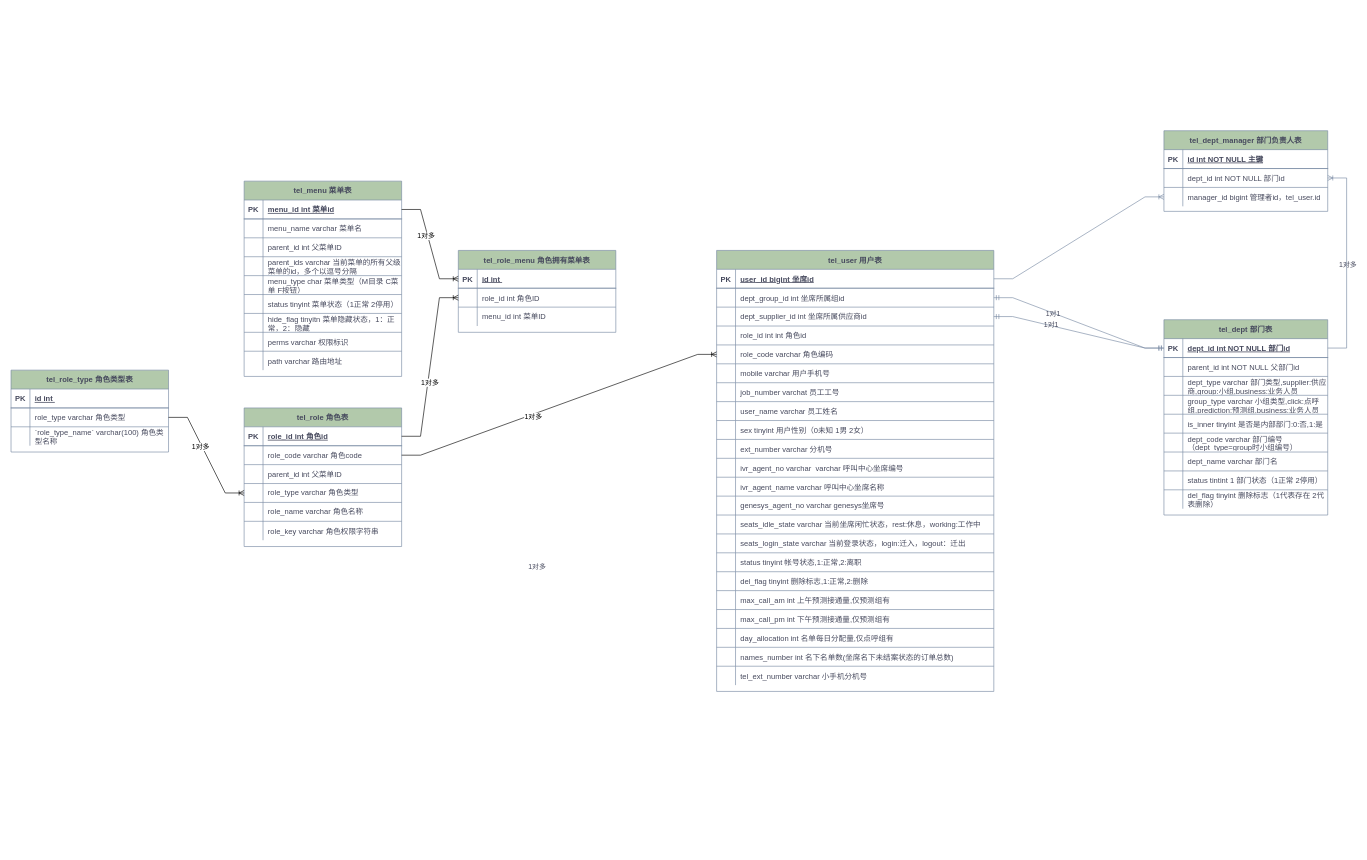
Before: 电销系统ER图.drawio in yuanlj-tea/picgo, a draw.io diagram. Source tidied: cells renumbered, new cells numbered last; positions are measured from the earlier drawing's top-left corner, leaving out a move shared by most shapes. Both pictures are drawn from the tidied source at 63%, with x=0, y=0 at pixel (11, 130).
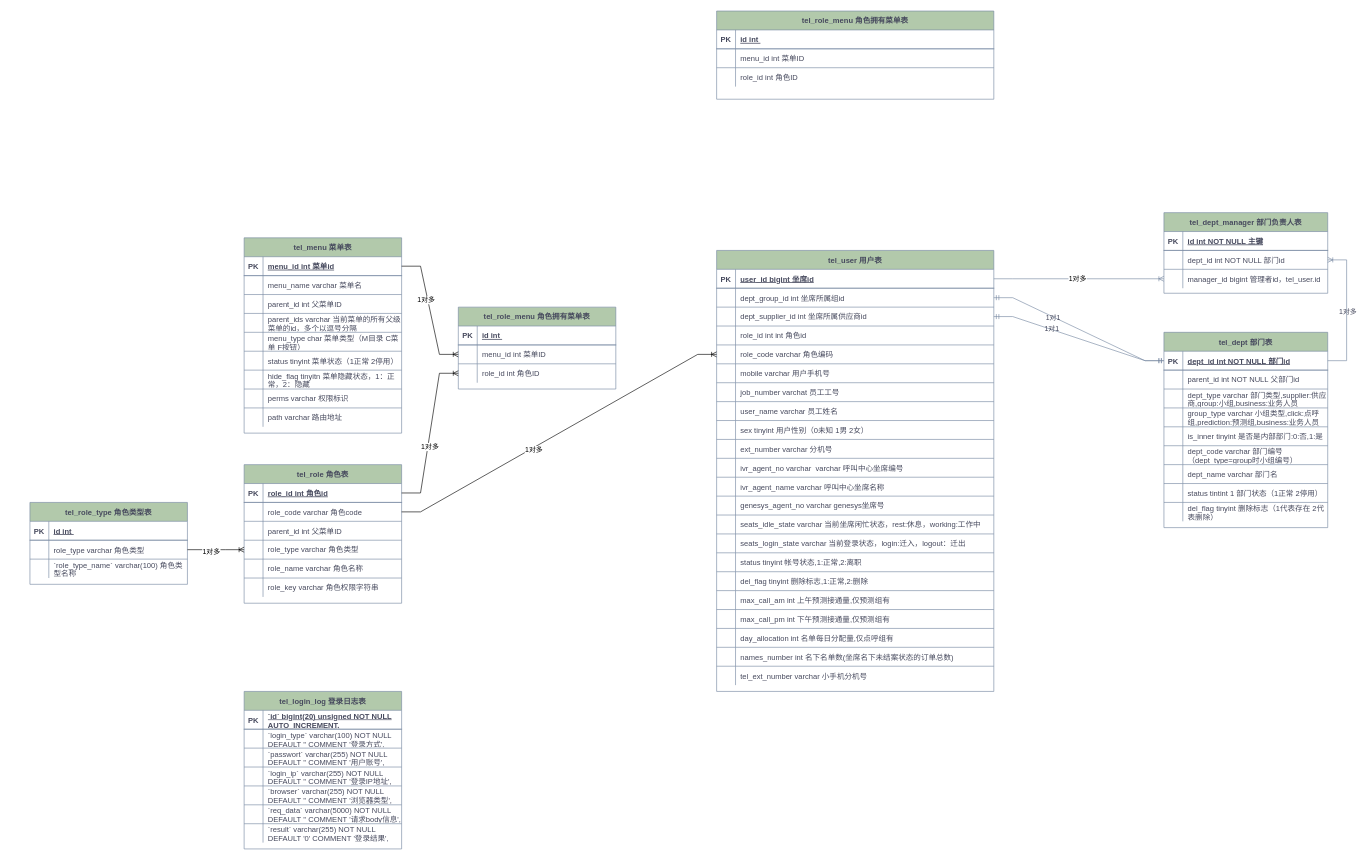
The same page after the edit.

Commit message (it also covers changes not shown here):
更新电销系统ER图.drawio

The change refers to these unchanged cells:
```xml
<mxCell id="3" style="shape=partialRectangle;fillColor=none;points=[[0,0.5],[1,0.5]];portConstraint=eastwest;top=0;left=0;right=0;bottom=1;labelBackgroundColor=none;strokeColor=#788AA3;fontColor=#46495D;" parent="2" vertex="1">
  <mxGeometry y="30" width="260" height="30" as="geometry" />
</mxCell>
<mxCell id="34" style="shape=partialRectangle;fillColor=none;points=[[0,0.5],[1,0.5]];portConstraint=eastwest;top=0;left=0;right=0;bottom=0;labelBackgroundColor=none;strokeColor=#788AA3;fontColor=#46495D;" parent="30" vertex="1">
  <mxGeometry y="60" width="260" height="30" as="geometry" />
</mxCell>
<mxCell id="111" style="edgeStyle=entityRelationEdgeStyle;fontSize=12;html=1;endArrow=ERoneToMany;rounded=0;exitX=1;exitY=0.5;exitDx=0;exitDy=0;entryX=0;entryY=0.5;entryDx=0;entryDy=0;labelBackgroundColor=none;strokeColor=#788AA3;fontColor=default;" parent="1" edge="1" source="41" target="37">
  <mxGeometry relative="1" as="geometry">
    <Array as="points">
      <mxPoint x="1140" y="340" />
      <mxPoint x="1300" y="430" />
      <mxPoint x="1130" y="380" />
      <mxPoint x="1560" y="530" />
      <mxPoint x="1270" y="450" />
      <mxPoint x="1140" y="430" />
      <mxPoint x="1350" y="380" />
    </Array>
  </mxGeometry>
</mxCell>
<mxCell id="114" style="shape=partialRectangle;fillColor=none;points=[[0,0.5],[1,0.5]];portConstraint=eastwest;top=0;left=0;right=0;bottom=1;labelBackgroundColor=none;strokeColor=#788AA3;fontColor=#46495D;" parent="113" vertex="1">
  <mxGeometry y="30" width="250" height="30" as="geometry" />
</mxCell>
<mxCell id="144" style="shape=partialRectangle;fillColor=none;points=[[0,0.5],[1,0.5]];portConstraint=eastwest;top=0;left=0;right=0;bottom=1;labelBackgroundColor=none;strokeColor=#788AA3;fontColor=#46495D;" parent="143" vertex="1">
  <mxGeometry y="30" width="250" height="30" as="geometry" />
</mxCell>
<mxCell id="173" style="shape=partialRectangle;fillColor=none;points=[[0,0.5],[1,0.5]];portConstraint=eastwest;top=0;left=0;right=0;bottom=1;labelBackgroundColor=none;strokeColor=#788AA3;fontColor=#46495D;" parent="172" vertex="1">
  <mxGeometry y="30" width="250" height="30" as="geometry" />
</mxCell>
<mxCell id="176" style="shape=partialRectangle;fillColor=none;points=[[0,0.5],[1,0.5]];portConstraint=eastwest;top=0;left=0;right=0;bottom=0;labelBackgroundColor=none;strokeColor=#788AA3;fontColor=#46495D;" parent="172" vertex="1">
  <mxGeometry y="60" width="250" height="30" as="geometry" />
</mxCell>
<mxCell id="179" style="shape=partialRectangle;fillColor=none;points=[[0,0.5],[1,0.5]];portConstraint=eastwest;top=0;left=0;right=0;bottom=0;labelBackgroundColor=none;strokeColor=#788AA3;fontColor=#46495D;" parent="172" vertex="1">
  <mxGeometry y="90" width="250" height="30" as="geometry" />
</mxCell>
```

The edit, as a diff of the source:
```diff
@@
     <mxCell id="2" value="tel_dept 部门表" style="shape=table;startSize=30;childLayout=tableLayout;rowLines=1;fontStyle=1;align=center;labelBackgroundColor=none;fillColor=#B2C9AB;strokeColor=#788AA3;fontColor=#46495D;" parent="1" vertex="1">
-      <mxGeometry x="1830" y="300" width="260" height="310" as="geometry" />
+      <mxGeometry x="1830" y="320" width="260" height="310" as="geometry" />
     </mxCell>
@@
     <mxCell id="30" value="tel_dept_manager 部门负责人表" style="shape=table;startSize=30;childLayout=tableLayout;rowLines=1;fontStyle=1;align=center;labelBackgroundColor=none;fillColor=#B2C9AB;strokeColor=#788AA3;fontColor=#46495D;" parent="1" vertex="1">
-      <mxGeometry x="1830" width="260" height="128" as="geometry" />
+      <mxGeometry x="1830" y="130" width="260" height="128" as="geometry" />
     </mxCell>
@@
-    <mxCell id="112" value="1对多" style="edgeLabel;html=1;align=center;verticalAlign=middle;labelBackgroundColor=none;fontColor=#46495D;" parent="111" vertex="1">
-      <mxGeometry x="-0.01" y="-1" relative="1" as="geometry">
-        <mxPoint x="-860" y="520" as="offset" />
-      </mxGeometry>
+    <mxCell id="112" value="1对多" style="edgeLabel;html=1;align=center;verticalAlign=middle;" parent="111" vertex="1">
+      <mxGeometry x="-0.02" y="1" relative="1" as="geometry" />
     </mxCell>
     <mxCell id="113" value="tel_menu 菜单表" style="shape=table;startSize=30;childLayout=tableLayout;rowLines=1;fontStyle=1;align=center;labelBackgroundColor=none;fillColor=#B2C9AB;strokeColor=#788AA3;fontColor=#46495D;" parent="1" vertex="1">
-      <mxGeometry x="370" y="80" width="250" height="310" as="geometry" />
+      <mxGeometry x="370" y="170" width="250" height="310" as="geometry" />
     </mxCell>
@@
     <mxCell id="141" style="edgeStyle=entityRelationEdgeStyle;fontSize=12;html=1;endArrow=ERoneToMany;rounded=0;exitX=1;exitY=0.5;exitDx=0;exitDy=0;entryX=1;entryY=0.5;entryDx=0;entryDy=0;labelBackgroundColor=none;strokeColor=#788AA3;fontColor=default;" parent="1" edge="1" source="3" target="34">
       <mxGeometry relative="1" as="geometry">
         <Array as="points">
-          <mxPoint x="2130" y="220" />
-          <mxPoint x="2130" y="220" />
-          <mxPoint x="2140" y="220" />
-          <mxPoint x="2130" y="210" />
-          <mxPoint x="2130" y="210" />
-          <mxPoint x="2130" y="210" />
-          <mxPoint x="2140" y="240" />
-          <mxPoint x="2101" y="220" />
-          <mxPoint x="2140" y="210" />
-          <mxPoint x="1480" y="555" />
-          <mxPoint x="2150" y="220" />
-          <mxPoint x="2130" y="220" />
-          <mxPoint x="1640" y="645" />
-          <mxPoint x="1470" y="595" />
-          <mxPoint x="1900" y="745" />
-          <mxPoint x="1610" y="665" />
-          <mxPoint x="1480" y="645" />
-          <mxPoint x="1690" y="595" />
+          <mxPoint x="2130" y="350" />
+          <mxPoint x="2130" y="350" />
+          <mxPoint x="2140" y="350" />
+          <mxPoint x="2130" y="340" />
+          <mxPoint x="2130" y="340" />
+          <mxPoint x="2130" y="340" />
+          <mxPoint x="2140" y="370" />
+          <mxPoint x="2101" y="350" />
+          <mxPoint x="2140" y="340" />
+          <mxPoint x="1480" y="685" />
+          <mxPoint x="2150" y="350" />
+          <mxPoint x="2130" y="350" />
+          <mxPoint x="1640" y="775" />
+          <mxPoint x="1470" y="725" />
+          <mxPoint x="1900" y="875" />
+          <mxPoint x="1610" y="795" />
+          <mxPoint x="1480" y="775" />
+          <mxPoint x="1690" y="725" />
         </Array>
       </mxGeometry>
     </mxCell>
@@
     <mxCell id="143" value="tel_role 角色表" style="shape=table;startSize=30;childLayout=tableLayout;rowLines=1;fontStyle=1;align=center;labelBackgroundColor=none;fillColor=#B2C9AB;strokeColor=#788AA3;fontColor=#46495D;" parent="1" vertex="1">
-      <mxGeometry x="370" y="440" width="250" height="220" as="geometry" />
+      <mxGeometry x="370" y="530" width="250" height="220" as="geometry" />
     </mxCell>
@@
     <mxCell id="162" value="tel_role_type 角色类型表" style="shape=table;startSize=30;childLayout=tableLayout;rowLines=1;fontStyle=1;align=center;labelBackgroundColor=none;fillColor=#B2C9AB;strokeColor=#788AA3;fontColor=#46495D;" parent="1" vertex="1">
-      <mxGeometry y="380" width="250" height="130" as="geometry" />
+      <mxGeometry x="30" y="590" width="250" height="130" as="geometry" />
     </mxCell>
@@
     <mxCell id="172" value="tel_role_menu 角色拥有菜单表" style="shape=table;startSize=30;childLayout=tableLayout;rowLines=1;fontStyle=1;align=center;labelBackgroundColor=none;fillColor=#B2C9AB;strokeColor=#788AA3;fontColor=#46495D;" parent="1" vertex="1">
-      <mxGeometry x="710" y="190" width="250" height="130" as="geometry" />
+      <mxGeometry x="710" y="280" width="250" height="130" as="geometry" />
     </mxCell>
@@
-    <mxCell id="178" value="role_id int 角色ID" style="shape=partialRectangle;overflow=hidden;fillColor=none;top=0;left=0;bottom=0;right=0;align=left;spacingLeft=6;labelBackgroundColor=none;strokeColor=#788AA3;fontColor=#46495D;" parent="176" vertex="1">
+    <mxCell id="178" value="menu_id int 菜单ID" style="shape=partialRectangle;overflow=hidden;fillColor=none;top=0;left=0;bottom=0;right=0;align=left;spacingLeft=6;labelBackgroundColor=none;strokeColor=#788AA3;fontColor=#46495D;" parent="176" vertex="1">
       <mxGeometry x="30" width="220" height="30" as="geometry" />
     </mxCell>
@@
-    <mxCell id="181" value="menu_id int 菜单ID" style="shape=partialRectangle;overflow=hidden;fillColor=none;top=0;left=0;bottom=0;right=0;align=left;spacingLeft=6;labelBackgroundColor=none;strokeColor=#788AA3;fontColor=#46495D;" parent="179" vertex="1">
+    <mxCell id="181" value="role_id int 角色ID" style="shape=partialRectangle;overflow=hidden;fillColor=none;top=0;left=0;bottom=0;right=0;align=left;spacingLeft=6;labelBackgroundColor=none;strokeColor=#788AA3;fontColor=#46495D;" parent="179" vertex="1">
       <mxGeometry x="30" width="220" height="30" as="geometry" />
     </mxCell>
@@
-    <mxCell id="184" style="edgeStyle=entityRelationEdgeStyle;fontSize=12;html=1;endArrow=ERoneToMany;rounded=0;entryX=0;entryY=0.5;entryDx=0;entryDy=0;exitX=1;exitY=0.5;exitDx=0;exitDy=0;" parent="1" edge="1" source="144" target="176">
+    <mxCell id="184" style="edgeStyle=entityRelationEdgeStyle;fontSize=12;html=1;endArrow=ERoneToMany;rounded=0;entryX=0;entryY=0.5;entryDx=0;entryDy=0;exitX=1;exitY=0.5;exitDx=0;exitDy=0;" parent="1" edge="1" source="144" target="179">
       <mxGeometry relative="1" as="geometry" />
     </mxCell>
@@
-    <mxCell id="186" style="edgeStyle=entityRelationEdgeStyle;fontSize=12;html=1;endArrow=ERoneToMany;rounded=0;entryX=0;entryY=0.5;entryDx=0;entryDy=0;exitX=1;exitY=0.5;exitDx=0;exitDy=0;" parent="1" edge="1" source="114" target="173">
+    <mxCell id="186" style="edgeStyle=entityRelationEdgeStyle;fontSize=12;html=1;endArrow=ERoneToMany;rounded=0;entryX=0;entryY=0.5;entryDx=0;entryDy=0;exitX=1;exitY=0.5;exitDx=0;exitDy=0;" parent="1" edge="1" source="114" target="176">
       <mxGeometry relative="1" as="geometry" />
     </mxCell>
@@
+    <mxCell id="190" value="tel_role_menu 角色拥有菜单表" style="shape=table;startSize=30;childLayout=tableLayout;rowLines=1;fontStyle=1;align=center;labelBackgroundColor=none;fillColor=#B2C9AB;strokeColor=#788AA3;fontColor=#46495D;" parent="1" vertex="1">
+      <mxGeometry x="1120" y="-190" width="440" height="140" as="geometry" />
+    </mxCell>
+    <mxCell id="191" style="shape=partialRectangle;fillColor=none;top=0;left=0;right=0;bottom=1;labelBackgroundColor=none;strokeColor=#788AA3;fontColor=#46495D;" parent="190" vertex="1">
+      <mxGeometry y="30" width="440" height="30" as="geometry" />
+    </mxCell>
+    <mxCell id="192" value="PK" style="shape=partialRectangle;overflow=hidden;fillColor=none;top=0;left=0;bottom=0;right=0;fontStyle=1;labelBackgroundColor=none;strokeColor=#788AA3;fontColor=#46495D;" parent="191" vertex="1">
+      <mxGeometry width="30" height="30" as="geometry" />
+    </mxCell>
+    <mxCell id="193" value="id int " style="shape=partialRectangle;overflow=hidden;fillColor=none;top=0;left=0;bottom=0;right=0;align=left;spacingLeft=6;fontStyle=5;labelBackgroundColor=none;strokeColor=#788AA3;fontColor=#46495D;" parent="191" vertex="1">
+      <mxGeometry x="30" width="410" height="30" as="geometry" />
+    </mxCell>
+    <mxCell id="194" style="shape=partialRectangle;fillColor=none;top=0;left=0;right=0;bottom=0;labelBackgroundColor=none;strokeColor=#788AA3;fontColor=#46495D;" parent="190" vertex="1">
+      <mxGeometry y="60" width="440" height="30" as="geometry" />
+    </mxCell>
+    <mxCell id="195" style="shape=partialRectangle;overflow=hidden;fillColor=none;top=0;left=0;bottom=0;right=0;labelBackgroundColor=none;strokeColor=#788AA3;fontColor=#46495D;" parent="194" vertex="1">
+      <mxGeometry width="30" height="30" as="geometry" />
+    </mxCell>
+    <mxCell id="196" value="menu_id int 菜单ID" style="shape=partialRectangle;overflow=hidden;fillColor=none;top=0;left=0;bottom=0;right=0;align=left;spacingLeft=6;labelBackgroundColor=none;strokeColor=#788AA3;fontColor=#46495D;" parent="194" vertex="1">
+      <mxGeometry x="30" width="410" height="30" as="geometry" />
+    </mxCell>
+    <mxCell id="197" style="shape=partialRectangle;fillColor=none;top=0;left=0;right=0;bottom=0;labelBackgroundColor=none;strokeColor=#788AA3;fontColor=#46495D;" parent="190" vertex="1">
+      <mxGeometry y="90" width="440" height="30" as="geometry" />
+    </mxCell>
+    <mxCell id="198" style="shape=partialRectangle;overflow=hidden;fillColor=none;top=0;left=0;bottom=0;right=0;labelBackgroundColor=none;strokeColor=#788AA3;fontColor=#46495D;" parent="197" vertex="1">
+      <mxGeometry width="30" height="30" as="geometry" />
+    </mxCell>
+    <mxCell id="199" value="role_id int 角色ID" style="shape=partialRectangle;overflow=hidden;fillColor=none;top=0;left=0;bottom=0;right=0;align=left;spacingLeft=6;labelBackgroundColor=none;strokeColor=#788AA3;fontColor=#46495D;" parent="197" vertex="1">
+      <mxGeometry x="30" width="410" height="30" as="geometry" />
+    </mxCell>
+    <mxCell id="200" value="tel_login_log 登录日志表" style="shape=table;startSize=30;childLayout=tableLayout;rowLines=1;fontStyle=1;align=center;labelBackgroundColor=none;fillColor=#B2C9AB;strokeColor=#788AA3;fontColor=#46495D;" parent="1" vertex="1">
+      <mxGeometry x="370" y="890" width="250" height="250" as="geometry" />
+    </mxCell>
+    <mxCell id="201" style="shape=partialRectangle;fillColor=none;top=0;left=0;right=0;bottom=1;labelBackgroundColor=none;strokeColor=#788AA3;fontColor=#46495D;" parent="200" vertex="1">
+      <mxGeometry y="30" width="250" height="30" as="geometry" />
+    </mxCell>
+    <mxCell id="202" value="PK" style="shape=partialRectangle;overflow=hidden;fillColor=none;top=0;left=0;bottom=0;right=0;fontStyle=1;labelBackgroundColor=none;strokeColor=#788AA3;fontColor=#46495D;" parent="201" vertex="1">
+      <mxGeometry width="30" height="30" as="geometry" />
+    </mxCell>
+    <mxCell id="203" value="`id` bigint(20) unsigned NOT NULL AUTO_INCREMENT," style="shape=partialRectangle;overflow=hidden;fillColor=none;top=0;left=0;bottom=0;right=0;align=left;spacingLeft=6;fontStyle=5;labelBackgroundColor=none;strokeColor=#788AA3;fontColor=#46495D;whiteSpace=wrap;" parent="201" vertex="1">
+      <mxGeometry x="30" width="220" height="30" as="geometry" />
+    </mxCell>
+    <mxCell id="204" style="shape=partialRectangle;fillColor=none;top=0;left=0;right=0;bottom=0;labelBackgroundColor=none;strokeColor=#788AA3;fontColor=#46495D;" parent="200" vertex="1">
+      <mxGeometry y="60" width="250" height="30" as="geometry" />
+    </mxCell>
+    <mxCell id="205" style="shape=partialRectangle;overflow=hidden;fillColor=none;top=0;left=0;bottom=0;right=0;labelBackgroundColor=none;strokeColor=#788AA3;fontColor=#46495D;" parent="204" vertex="1">
+      <mxGeometry width="30" height="30" as="geometry" />
+    </mxCell>
+    <mxCell id="206" value="`login_type` varchar(100) NOT NULL DEFAULT '' COMMENT '登录方式'," style="shape=partialRectangle;overflow=hidden;fillColor=none;top=0;left=0;bottom=0;right=0;align=left;spacingLeft=6;labelBackgroundColor=none;strokeColor=#788AA3;fontColor=#46495D;whiteSpace=wrap;" parent="204" vertex="1">
+      <mxGeometry x="30" width="220" height="30" as="geometry" />
+    </mxCell>
+    <mxCell id="207" style="shape=partialRectangle;fillColor=none;top=0;left=0;right=0;bottom=0;labelBackgroundColor=none;strokeColor=#788AA3;fontColor=#46495D;" parent="200" vertex="1">
+      <mxGeometry y="90" width="250" height="30" as="geometry" />
+    </mxCell>
+    <mxCell id="208" style="shape=partialRectangle;overflow=hidden;fillColor=none;top=0;left=0;bottom=0;right=0;labelBackgroundColor=none;strokeColor=#788AA3;fontColor=#46495D;" parent="207" vertex="1">
+      <mxGeometry width="30" height="30" as="geometry" />
+    </mxCell>
+    <mxCell id="209" value="`passwort` varchar(255) NOT NULL DEFAULT '' COMMENT '用户账号'," style="shape=partialRectangle;overflow=hidden;fillColor=none;top=0;left=0;bottom=0;right=0;align=left;spacingLeft=6;labelBackgroundColor=none;strokeColor=#788AA3;fontColor=#46495D;whiteSpace=wrap;" parent="207" vertex="1">
+      <mxGeometry x="30" width="220" height="30" as="geometry" />
+    </mxCell>
+    <mxCell id="210" style="shape=partialRectangle;fillColor=none;top=0;left=0;right=0;bottom=0;labelBackgroundColor=none;strokeColor=#788AA3;fontColor=#46495D;" parent="200" vertex="1">
+      <mxGeometry y="120" width="250" height="30" as="geometry" />
+    </mxCell>
+    <mxCell id="211" style="shape=partialRectangle;overflow=hidden;fillColor=none;top=0;left=0;bottom=0;right=0;labelBackgroundColor=none;strokeColor=#788AA3;fontColor=#46495D;" parent="210" vertex="1">
+      <mxGeometry width="30" height="30" as="geometry" />
+    </mxCell>
+    <mxCell id="212" value="`login_ip` varchar(255) NOT NULL DEFAULT '' COMMENT '登录IP地址'," style="shape=partialRectangle;overflow=hidden;fillColor=none;top=0;left=0;bottom=0;right=0;align=left;spacingLeft=6;labelBackgroundColor=none;strokeColor=#788AA3;fontColor=#46495D;whiteSpace=wrap;" parent="210" vertex="1">
+      <mxGeometry x="30" width="220" height="30" as="geometry" />
+    </mxCell>
+    <mxCell id="213" style="shape=partialRectangle;fillColor=none;top=0;left=0;right=0;bottom=0;labelBackgroundColor=none;strokeColor=#788AA3;fontColor=#46495D;" parent="200" vertex="1">
+      <mxGeometry y="150" width="250" height="30" as="geometry" />
+    </mxCell>
+    <mxCell id="214" style="shape=partialRectangle;overflow=hidden;fillColor=none;top=0;left=0;bottom=0;right=0;labelBackgroundColor=none;strokeColor=#788AA3;fontColor=#46495D;" parent="213" vertex="1">
+      <mxGeometry width="30" height="30" as="geometry" />
+    </mxCell>
+    <mxCell id="215" value="`browser` varchar(255) NOT NULL DEFAULT '' COMMENT '浏览器类型'," style="shape=partialRectangle;overflow=hidden;fillColor=none;top=0;left=0;bottom=0;right=0;align=left;spacingLeft=6;labelBackgroundColor=none;strokeColor=#788AA3;fontColor=#46495D;whiteSpace=wrap;" parent="213" vertex="1">
+      <mxGeometry x="30" width="220" height="30" as="geometry" />
+    </mxCell>
+    <mxCell id="216" style="shape=partialRectangle;fillColor=none;top=0;left=0;right=0;bottom=0;labelBackgroundColor=none;strokeColor=#788AA3;fontColor=#46495D;" parent="200" vertex="1">
+      <mxGeometry y="180" width="250" height="30" as="geometry" />
+    </mxCell>
+    <mxCell id="217" style="shape=partialRectangle;overflow=hidden;fillColor=none;top=0;left=0;bottom=0;right=0;labelBackgroundColor=none;strokeColor=#788AA3;fontColor=#46495D;" parent="216" vertex="1">
+      <mxGeometry width="30" height="30" as="geometry" />
+    </mxCell>
+    <mxCell id="218" value="`req_data` varchar(5000) NOT NULL DEFAULT '' COMMENT '请求body信息'," style="shape=partialRectangle;overflow=hidden;fillColor=none;top=0;left=0;bottom=0;right=0;align=left;spacingLeft=6;labelBackgroundColor=none;strokeColor=#788AA3;fontColor=#46495D;whiteSpace=wrap;" parent="216" vertex="1">
+      <mxGeometry x="30" width="220" height="30" as="geometry" />
+    </mxCell>
+    <mxCell id="219" style="shape=partialRectangle;fillColor=none;top=0;left=0;right=0;bottom=0;labelBackgroundColor=none;strokeColor=#788AA3;fontColor=#46495D;" parent="200" vertex="1">
+      <mxGeometry y="210" width="250" height="30" as="geometry" />
+    </mxCell>
+    <mxCell id="220" style="shape=partialRectangle;overflow=hidden;fillColor=none;top=0;left=0;bottom=0;right=0;labelBackgroundColor=none;strokeColor=#788AA3;fontColor=#46495D;" parent="219" vertex="1">
+      <mxGeometry width="30" height="30" as="geometry" />
+    </mxCell>
+    <mxCell id="221" value="`result` varchar(255) NOT NULL DEFAULT '0' COMMENT '登录结果'," style="shape=partialRectangle;overflow=hidden;fillColor=none;top=0;left=0;bottom=0;right=0;align=left;spacingLeft=6;labelBackgroundColor=none;strokeColor=#788AA3;fontColor=#46495D;whiteSpace=wrap;" parent="219" vertex="1">
+      <mxGeometry x="30" width="220" height="30" as="geometry" />
+    </mxCell>
```
